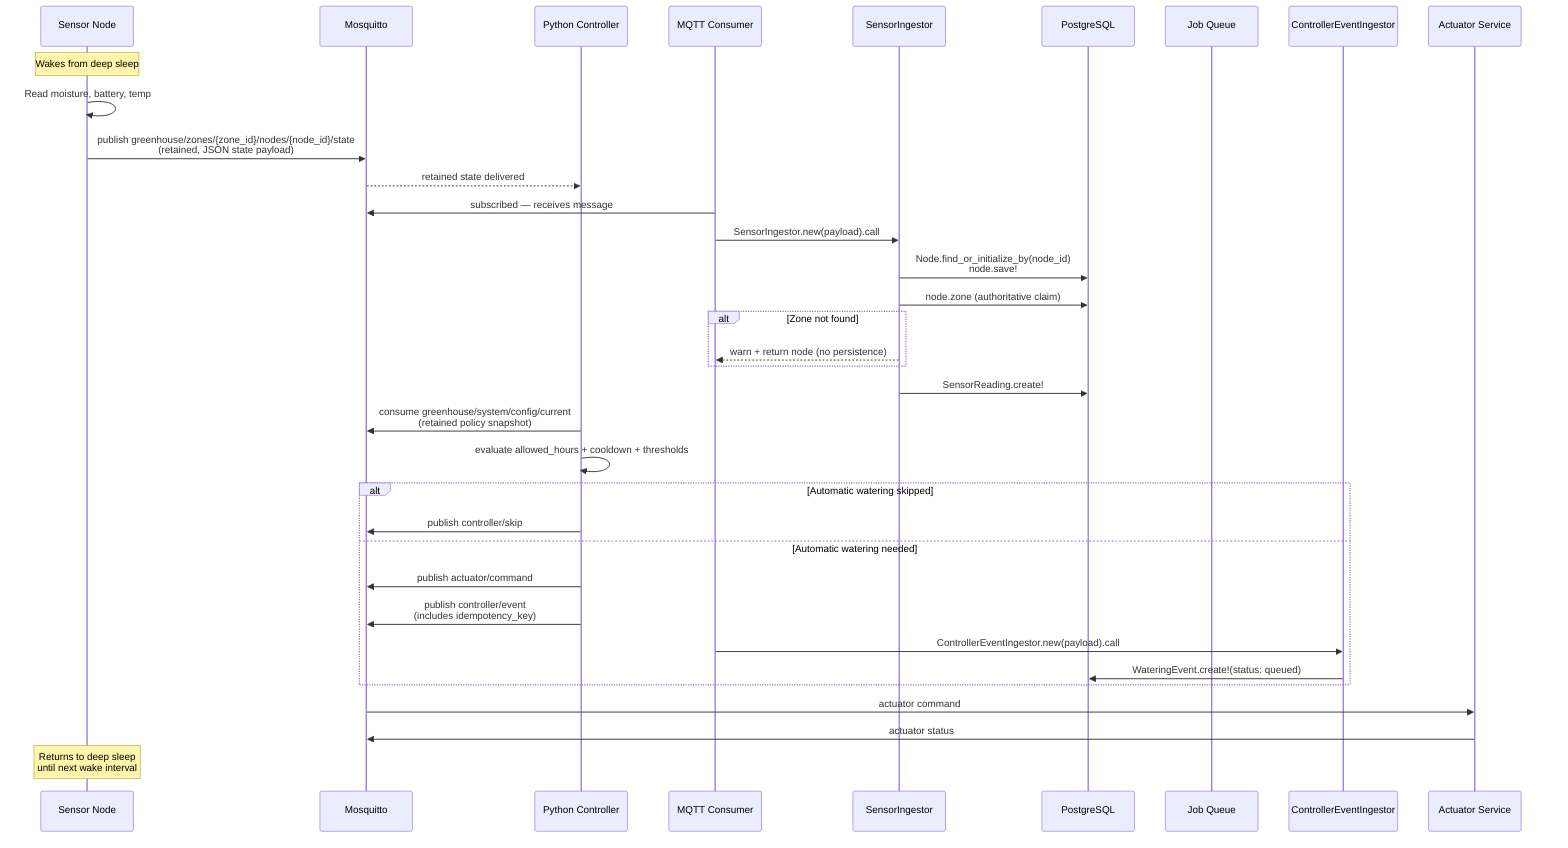
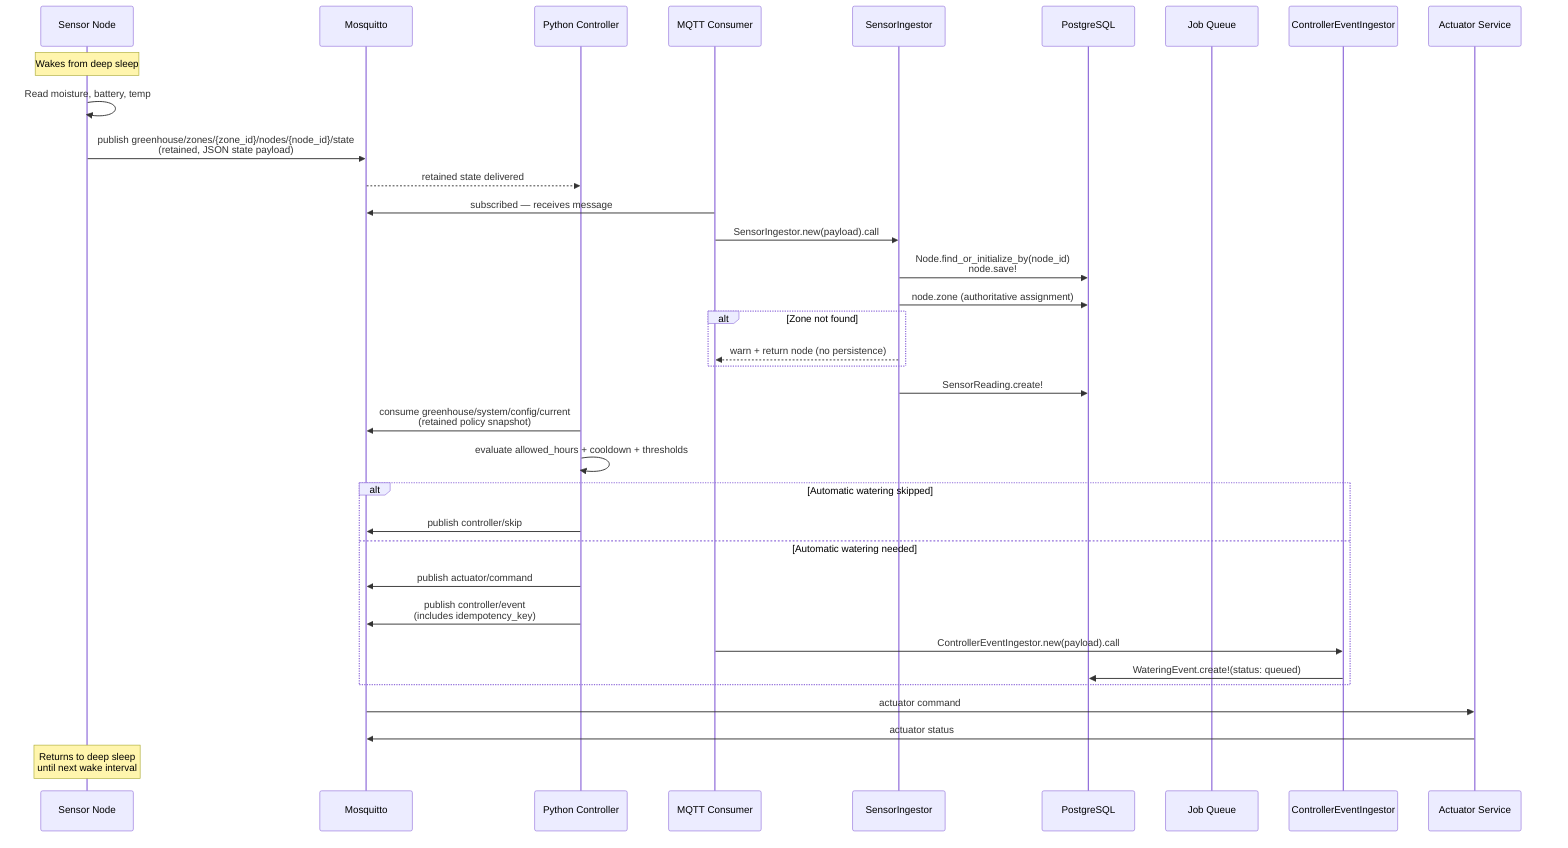
sequenceDiagram
    participant Node as Sensor Node
    participant MQTT as Mosquitto
    participant Py as Python Controller
    participant MC as MQTT Consumer
    participant SI as SensorIngestor
    participant DB as PostgreSQL
    participant JQ as Job Queue
    participant CEI as ControllerEventIngestor
    participant Act as Actuator Service

    Note over Node: Wakes from deep sleep
    Node->>Node: Read moisture, battery, temp
    Node->>MQTT: publish greenhouse/zones/{zone_id}/nodes/{node_id}/state<br/>(retained, JSON state payload)
    MQTT-->>Py: retained state delivered
    MC->>MQTT: subscribed — receives message
    MC->>SI: SensorIngestor.new(payload).call

    SI->>DB: Node.find_or_initialize_by(node_id)<br/>node.save!
-     SI->>DB: node.zone (authoritative claim)
+     SI->>DB: node.zone (authoritative assignment)
    alt Zone not found
        SI-->>MC: warn + return node (no persistence)
    end

    SI->>DB: SensorReading.create!

    Py->>MQTT: consume greenhouse/system/config/current<br/>(retained policy snapshot)
    Py->>Py: evaluate allowed_hours + cooldown + thresholds
    alt Automatic watering skipped
        Py->>MQTT: publish controller/skip
    else Automatic watering needed
        Py->>MQTT: publish actuator/command
        Py->>MQTT: publish controller/event<br/>(includes idempotency_key)
        MC->>CEI: ControllerEventIngestor.new(payload).call
        CEI->>DB: WateringEvent.create!(status: queued)
    end

    MQTT->>Act: actuator command
    Act->>MQTT: actuator status

    Note over Node: Returns to deep sleep<br/>until next wake interval
